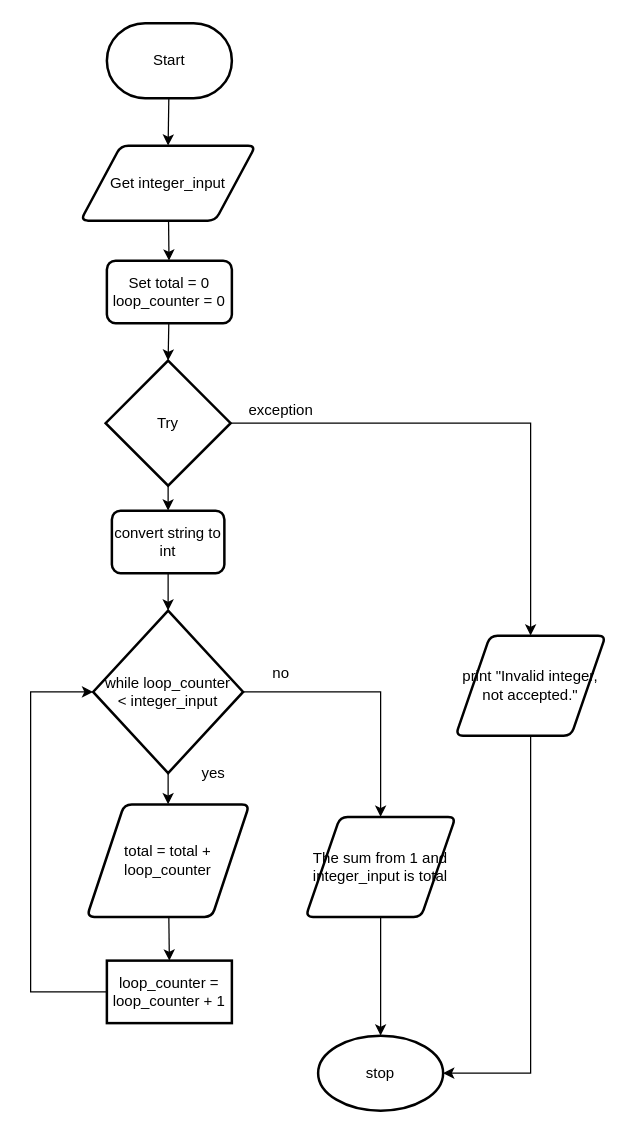
Before: Draw.io/Flowchart.drawio in Peter-Gemmell/ICS3U-Unit4-01-Python, a draw.io diagram. Source tidied: cells renumbered, new cells numbered last; positions are measured from the earlier drawing's top-left corner, leaving out a move shared by most shapes. Both pictures are drawn from the tidied source at 125%, with x=0, y=0 at pixel (30, 22).
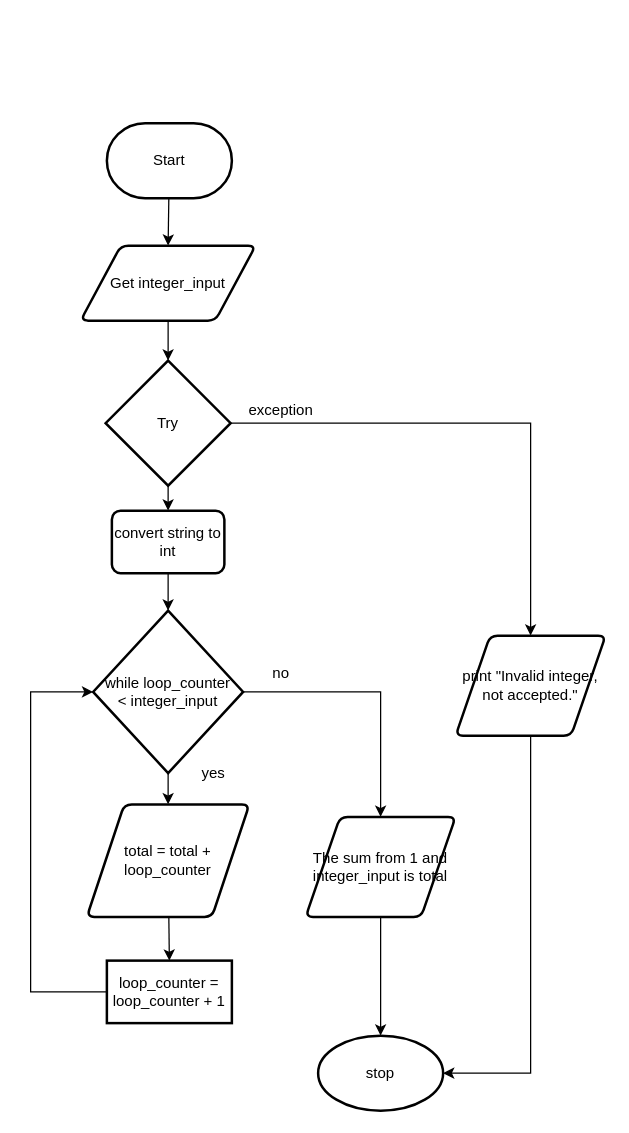
Above is the later version.

The change refers to these unchanged cells:
```xml
<mxCell id="13" value="Try" style="strokeWidth=2;html=1;shape=mxgraph.flowchart.decision;whiteSpace=wrap;" parent="1" vertex="1">
  <mxGeometry x="60" y="270" width="100" height="100" as="geometry" />
</mxCell>
```

Change to the diagram source:
```diff
@@
     <mxCell id="3" value="Start" style="strokeWidth=2;html=1;shape=mxgraph.flowchart.terminator;whiteSpace=wrap;" parent="1" vertex="1">
-      <mxGeometry x="61" width="100" height="60" as="geometry" />
+      <mxGeometry x="61" y="80" width="100" height="60" as="geometry" />
     </mxCell>
-    <mxCell id="4" style="edgeStyle=none;html=1;" parent="1" edge="1" source="5" target="17">
-      <mxGeometry relative="1" as="geometry" />
-    </mxCell>
+    <mxCell id="28" style="edgeStyle=none;html=1;entryX=0.5;entryY=0;entryDx=0;entryDy=0;entryPerimeter=0;" parent="1" edge="1" source="5" target="13">
+      <mxGeometry relative="1" as="geometry" />
+    </mxCell>
     <mxCell id="5" value="Get integer_input" style="shape=parallelogram;html=1;strokeWidth=2;perimeter=parallelogramPerimeter;whiteSpace=wrap;rounded=1;arcSize=12;size=0.23;" parent="1" vertex="1">
-      <mxGeometry x="40" y="98" width="140" height="60" as="geometry" />
+      <mxGeometry x="40" y="178" width="140" height="60" as="geometry" />
     </mxCell>
@@
-    <mxCell id="16" style="edgeStyle=none;html=1;entryX=0.5;entryY=0;entryDx=0;entryDy=0;entryPerimeter=0;" parent="1" edge="1" source="17" target="13">
-      <mxGeometry relative="1" as="geometry" />
-    </mxCell>
-    <mxCell id="17" value="Set total = 0&lt;br&gt;loop_counter = 0" style="rounded=1;whiteSpace=wrap;html=1;absoluteArcSize=1;arcSize=14;strokeWidth=2;" parent="1" vertex="1">
-      <mxGeometry x="61" y="190" width="100" height="50" as="geometry" />
-    </mxCell>
```
